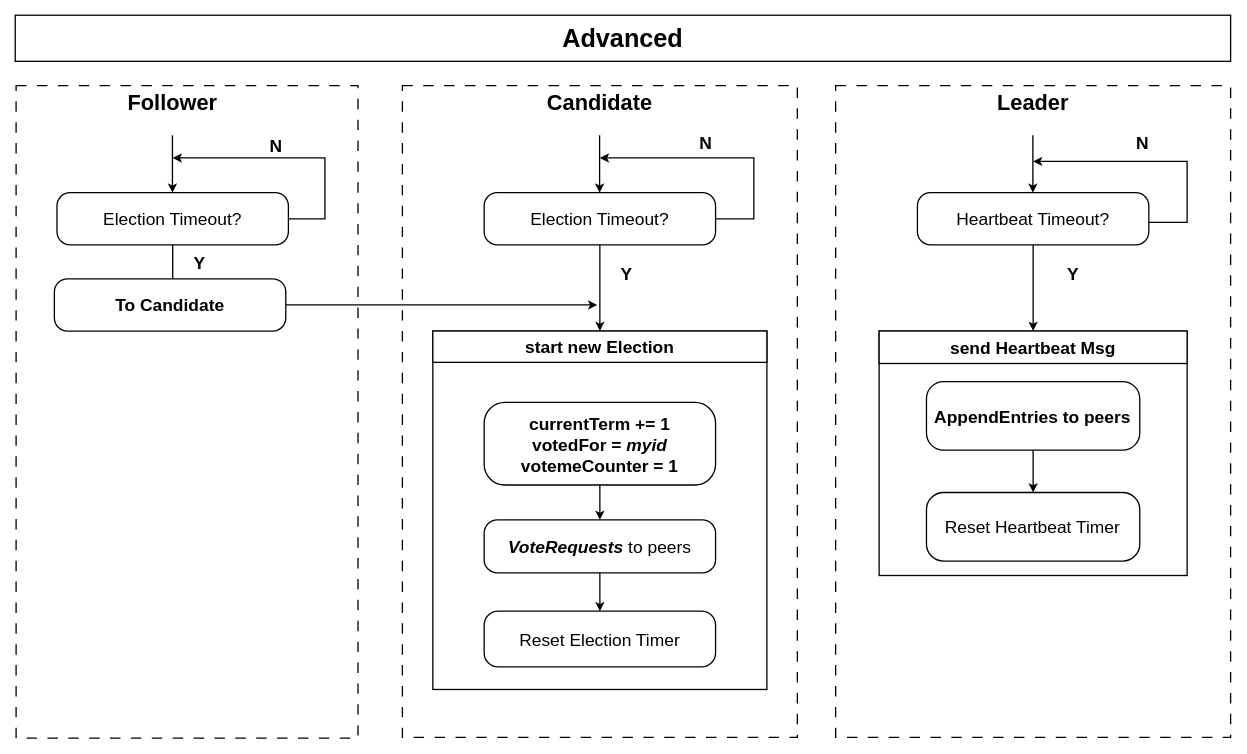
The draw.io diagram flexraft.drawio in Holworth/DrawIO, before the edit. Source tidied: cells renumbered, new cells numbered last; positions are measured from the earlier drawing's top-left corner, leaving out a move shared by most shapes. Both pictures are drawn from the tidied source at 87%, with x=0, y=0 at pixel (15, 15).
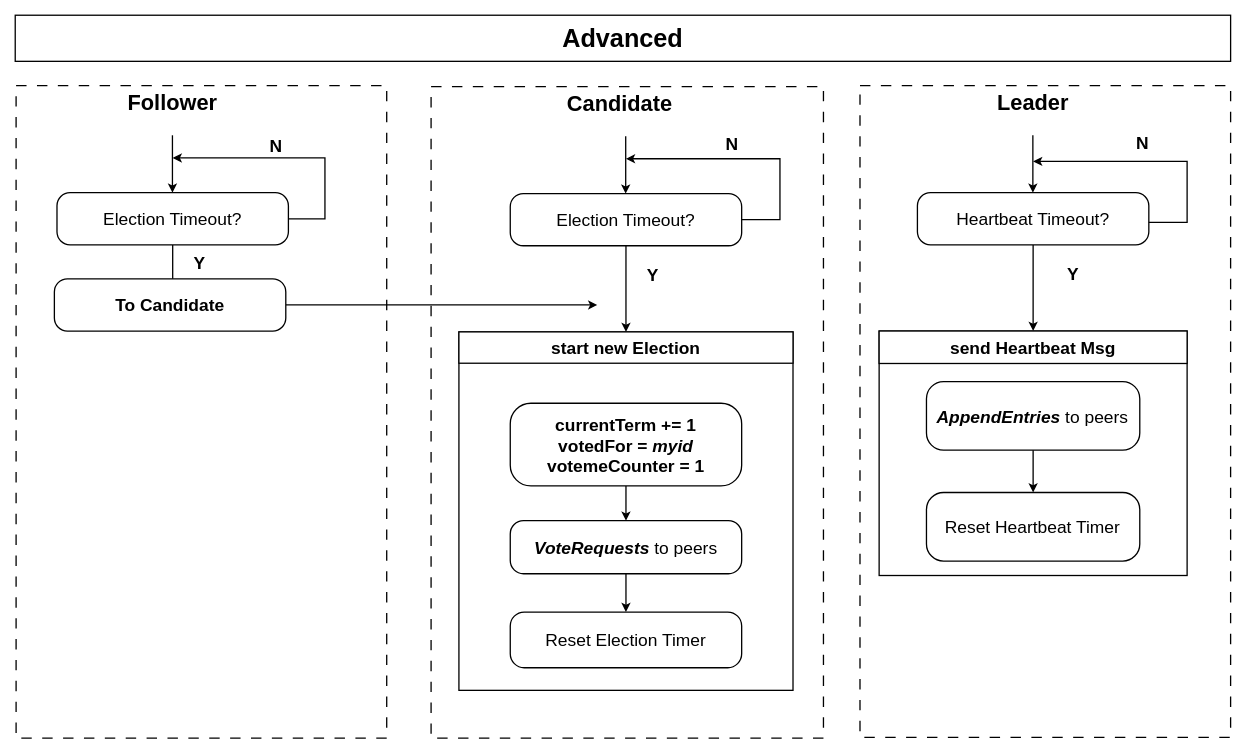
The same page after the edit.

Unchanged cells that the change refers to:
```xml
<mxCell id="33" style="group;strokeWidth=1.5;" parent="1" vertex="1">
  <mxGeometry x="993" y="363" width="354" height="281" as="geometry" />
</mxCell>
```

The edit, as a diff of the source:
```diff
@@
     <mxCell id="3" style="rounded=0;whiteSpace=wrap;html=1;strokeWidth=1.5;dashed=1;dashPattern=8 8;" parent="1" vertex="1">
-      <mxGeometry x="445" y="81" width="454" height="749" as="geometry" />
+      <mxGeometry x="478" y="82" width="451" height="749" as="geometry" />
     </mxCell>
     <mxCell id="4" value="&lt;font style=&quot;font-size: 25px;&quot;&gt;&lt;b&gt;Candidate&lt;/b&gt;&lt;/font&gt;" style="text;html=1;strokeColor=none;fillColor=none;align=center;verticalAlign=middle;whiteSpace=wrap;rounded=0;strokeWidth=1.5;" parent="1" vertex="1">
-      <mxGeometry x="583" y="76" width="178" height="48.9" as="geometry" />
+      <mxGeometry x="606" y="77" width="178" height="48.9" as="geometry" />
     </mxCell>
@@
     <mxCell id="6" value="&lt;font style=&quot;font-size: 20px;&quot;&gt;Election Timeout?&lt;/font&gt;" style="rounded=1;whiteSpace=wrap;html=1;arcSize=25;strokeWidth=1.5;" parent="1" vertex="1">
-      <mxGeometry x="539" y="204" width="266" height="60" as="geometry" />
+      <mxGeometry x="569" y="205" width="266" height="60" as="geometry" />
     </mxCell>
     <mxCell id="7" style="rounded=0;whiteSpace=wrap;html=1;strokeWidth=1.5;" parent="1" vertex="1">
-      <mxGeometry x="480" y="363" width="384" height="412" as="geometry" />
+      <mxGeometry x="510" y="364" width="384" height="412" as="geometry" />
     </mxCell>
@@
     <mxCell id="9" value="&lt;span style=&quot;font-size: 20px;&quot;&gt;&lt;b&gt;currentTerm += 1&lt;br&gt;votedFor = &lt;/b&gt;&lt;i&gt;&lt;b&gt;myid&lt;/b&gt;&lt;br&gt;&lt;/i&gt;&lt;b&gt;votemeCounter = 1&lt;/b&gt;&lt;br&gt;&lt;/span&gt;" style="rounded=1;whiteSpace=wrap;html=1;arcSize=25;strokeWidth=1.5;" parent="1" vertex="1">
-      <mxGeometry x="539" y="445" width="266" height="95" as="geometry" />
+      <mxGeometry x="569" y="446" width="266" height="95" as="geometry" />
     </mxCell>
@@
     <mxCell id="11" value="&lt;span style=&quot;font-size: 20px;&quot;&gt;&lt;i&gt;&lt;b&gt;VoteRequests&lt;/b&gt;&lt;/i&gt; to peers&lt;br&gt;&lt;/span&gt;" style="rounded=1;whiteSpace=wrap;html=1;arcSize=25;strokeWidth=1.5;" parent="1" vertex="1">
-      <mxGeometry x="539" y="580" width="266" height="61" as="geometry" />
+      <mxGeometry x="569" y="581" width="266" height="61" as="geometry" />
     </mxCell>
     <mxCell id="12" style="edgeStyle=orthogonalEdgeStyle;rounded=0;orthogonalLoop=1;jettySize=auto;html=1;exitX=0.5;exitY=1;exitDx=0;exitDy=0;strokeWidth=1.5;" parent="1" edge="1">
       <mxGeometry relative="1" as="geometry">
-        <mxPoint x="671.7" y="138" as="sourcePoint" />
-        <mxPoint x="671.7" y="204" as="targetPoint" />
+        <mxPoint x="701.7" y="139" as="sourcePoint" />
+        <mxPoint x="701.7" y="205" as="targetPoint" />
       </mxGeometry>
     </mxCell>
     <mxCell id="13" value="&lt;font style=&quot;font-size: 20px;&quot;&gt;&lt;b&gt;Y&lt;/b&gt;&lt;/font&gt;" style="text;html=1;strokeColor=none;fillColor=none;align=center;verticalAlign=middle;whiteSpace=wrap;rounded=0;strokeWidth=1.5;" parent="1" vertex="1">
-      <mxGeometry x="673" y="282" width="60" height="30" as="geometry" />
+      <mxGeometry x="703" y="283" width="60" height="30" as="geometry" />
     </mxCell>
     <mxCell id="14" value="&lt;font style=&quot;font-size: 20px;&quot;&gt;&lt;b&gt;N&lt;/b&gt;&lt;/font&gt;" style="text;html=1;strokeColor=none;fillColor=none;align=center;verticalAlign=middle;whiteSpace=wrap;rounded=0;strokeWidth=1.5;" parent="1" vertex="1">
-      <mxGeometry x="764" y="131" width="60" height="30" as="geometry" />
+      <mxGeometry x="794" y="132" width="60" height="30" as="geometry" />
     </mxCell>
     <mxCell id="15" style="endArrow=classic;html=1;rounded=0;exitX=1;exitY=0.5;exitDx=0;exitDy=0;strokeWidth=1.5;" parent="1" edge="1" source="6">
       <mxGeometry relative="1" as="geometry">
-        <mxPoint x="672" y="164" as="targetPoint" />
+        <mxPoint x="702" y="165" as="targetPoint" />
         <Array as="points">
-          <mxPoint x="849" y="234" />
-          <mxPoint x="849" y="164" />
+          <mxPoint x="879" y="235" />
+          <mxPoint x="879" y="165" />
         </Array>
       </mxGeometry>
     </mxCell>
     <mxCell id="16" style="rounded=0;whiteSpace=wrap;html=1;strokeWidth=1.5;dashed=1;dashPattern=8 8;" parent="1" vertex="1">
-      <mxGeometry x="1" y="81" width="393" height="750" as="geometry" />
+      <mxGeometry x="1" y="81" width="426" height="750" as="geometry" />
     </mxCell>
@@
     <mxCell id="26" value="&lt;font style=&quot;font-size: 20px;&quot;&gt;Reset Election Timer&lt;/font&gt;" style="rounded=1;whiteSpace=wrap;html=1;arcSize=25;strokeWidth=1.5;" parent="1" vertex="1">
-      <mxGeometry x="539" y="685" width="266" height="64" as="geometry" />
+      <mxGeometry x="569" y="686" width="266" height="64" as="geometry" />
     </mxCell>
     <mxCell id="27" style="rounded=0;whiteSpace=wrap;html=1;strokeWidth=1.5;dashed=1;dashPattern=8 8;" parent="1" vertex="1">
-      <mxGeometry x="943" y="81" width="454" height="749" as="geometry" />
+      <mxGeometry x="971" y="81" width="426" height="749" as="geometry" />
     </mxCell>
@@
     <mxCell id="32" value="&lt;b&gt;&lt;font style=&quot;font-size: 20px;&quot;&gt;start new Election&lt;/font&gt;&lt;/b&gt;" style="rounded=0;whiteSpace=wrap;html=1;strokeWidth=1.5;" parent="1" vertex="1">
-      <mxGeometry x="480" y="363" width="384" height="36" as="geometry" />
+      <mxGeometry x="510" y="364" width="384" height="36" as="geometry" />
     </mxCell>
@@
-    <mxCell id="36" value="&lt;span style=&quot;font-size: 20px;&quot;&gt;&lt;b&gt;AppendEntries to peers&lt;/b&gt;&lt;br&gt;&lt;/span&gt;" style="rounded=1;whiteSpace=wrap;html=1;arcSize=25;strokeWidth=1.5;" parent="33" vertex="1">
+    <mxCell id="36" value="&lt;span style=&quot;font-size: 20px;&quot;&gt;&lt;b&gt;&lt;i&gt;AppendEntries&lt;/i&gt; &lt;/b&gt;to peers&lt;br&gt;&lt;/span&gt;" style="rounded=1;whiteSpace=wrap;html=1;arcSize=25;strokeWidth=1.5;" parent="33" vertex="1">
       <mxGeometry x="54.4" y="58.1" width="245.2" height="78.8" as="geometry" />
     </mxCell>
```
